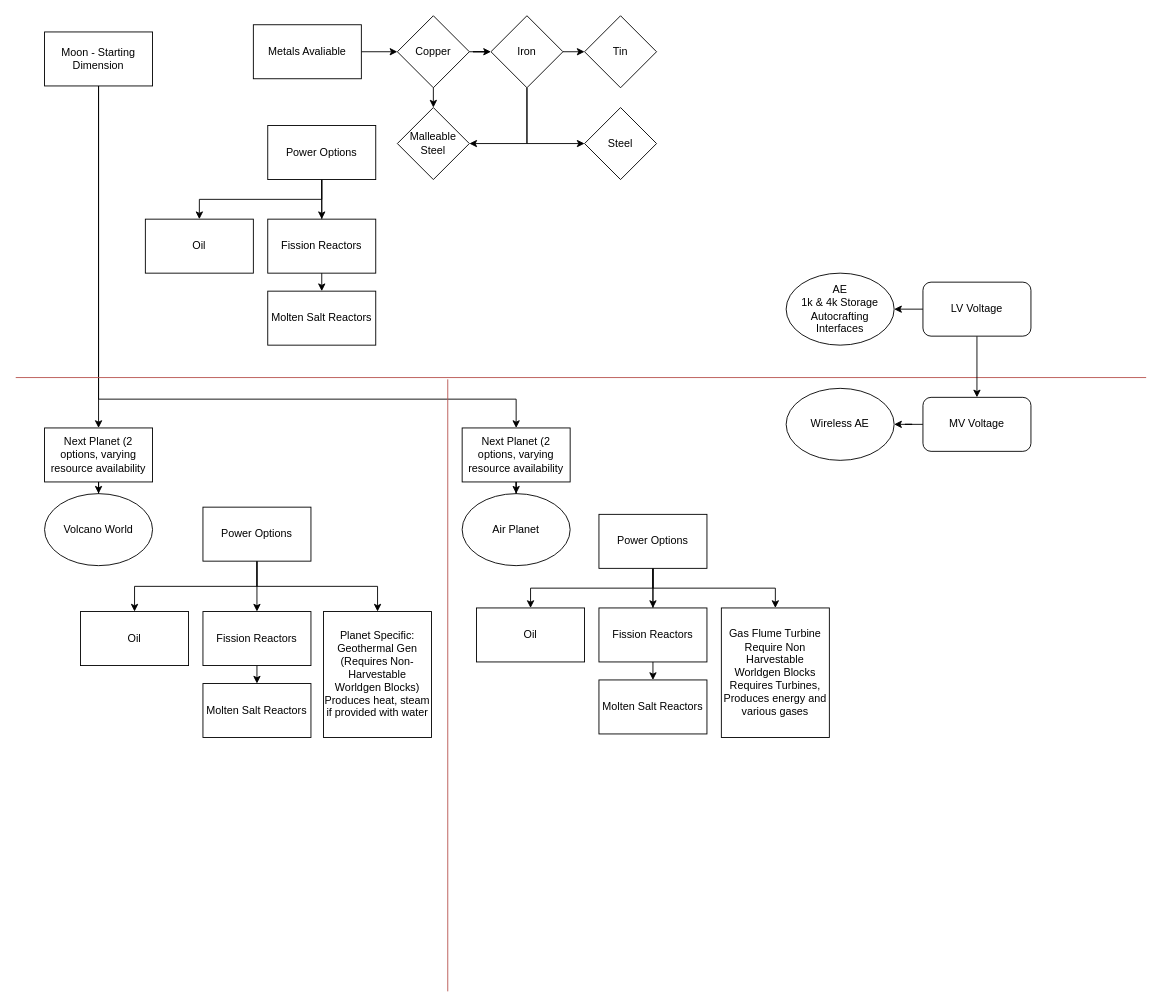
Earlier version of the draw.io diagram page "Main Progression" (1 of 3) of StarstruckProgression.drawio (MicahHaack/Starstruck). Source tidied: cells renumbered, new cells numbered last; positions are measured from the earlier drawing's top-left corner, leaving out a move shared by most shapes. Both pictures are drawn from the tidied source at 90%, with x=0, y=0 at pixel (15, 15).
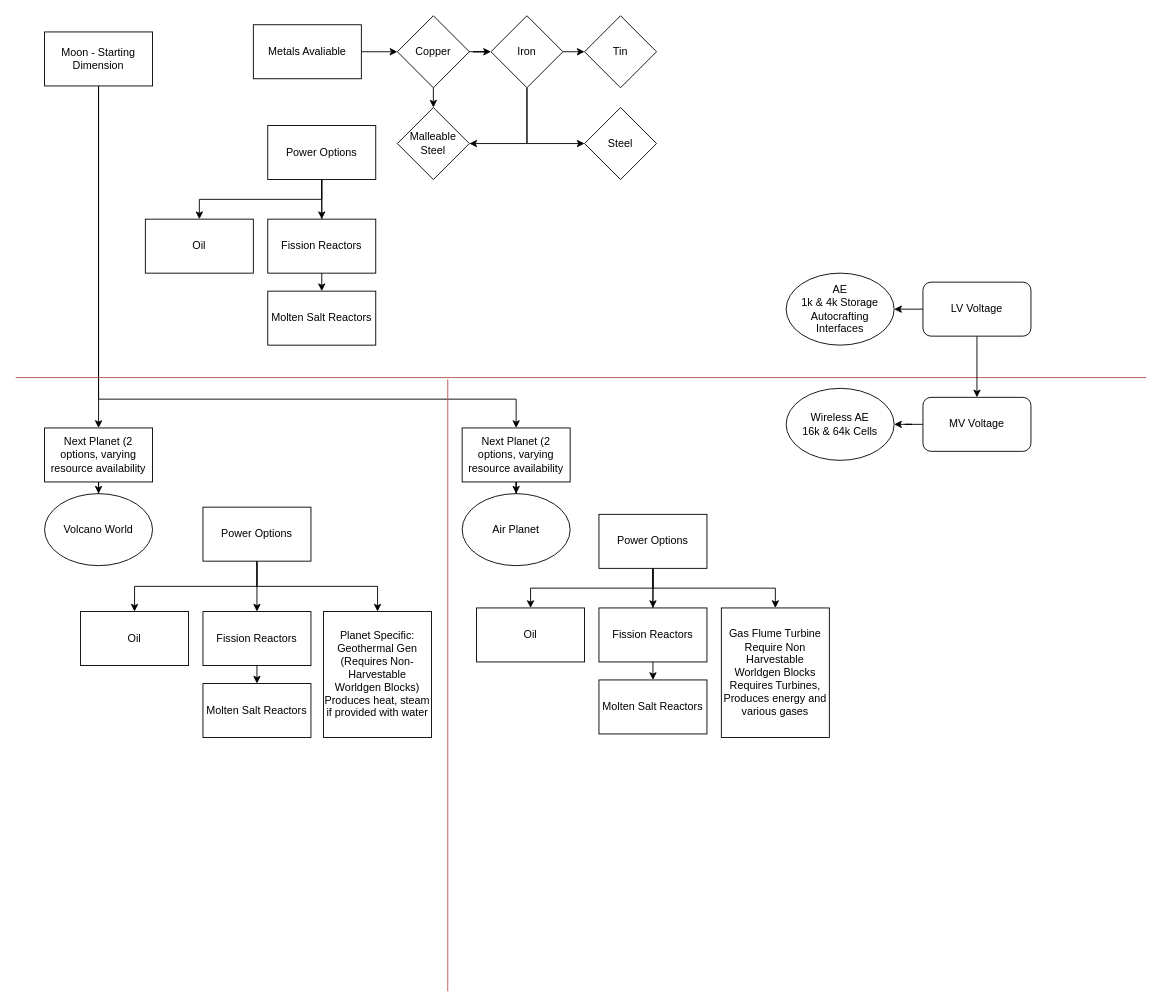
After the change.

Change to the diagram source:
```diff
@@
-    <mxCell id="44" value="Wireless AE" style="ellipse;whiteSpace=wrap;html=1;rounded=1;" parent="1" vertex="1">
+    <mxCell id="44" value="&lt;div&gt;Wireless AE&lt;/div&gt;&lt;div&gt;16k &amp;amp; 64k Cells&lt;br&gt;&lt;/div&gt;" style="ellipse;whiteSpace=wrap;html=1;rounded=1;" parent="1" vertex="1">
       <mxGeometry x="856" y="414" width="120" height="80" as="geometry" />
     </mxCell>
```
